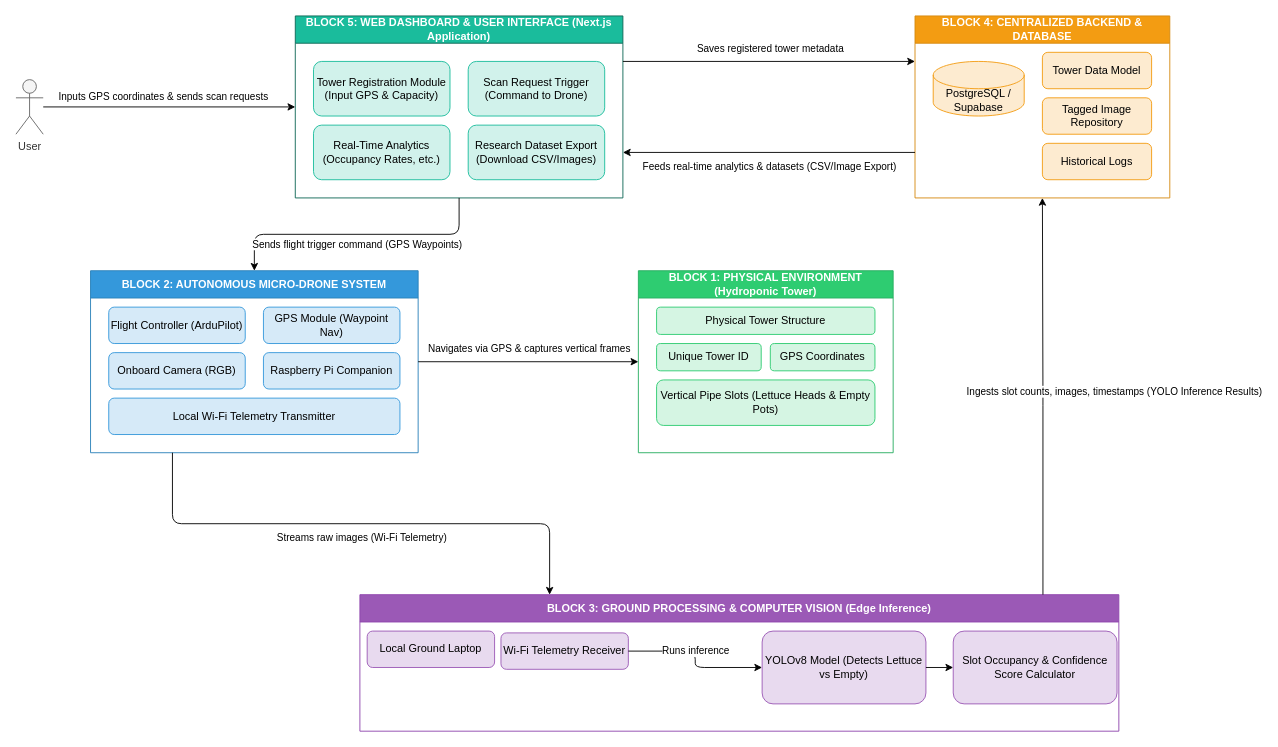
Before: page "Conceptual Framework" (1 of 2) of diagram/conceptual_framework.drawio in Danncode10/autonomous-citrus-drone, a draw.io diagram. Source tidied: cells renumbered, new cells numbered last; positions are measured from the earlier drawing's top-left corner, leaving out a move shared by most shapes. Both pictures are drawn from the tidied source at 91%, with x=0, y=0 at pixel (15, 15).
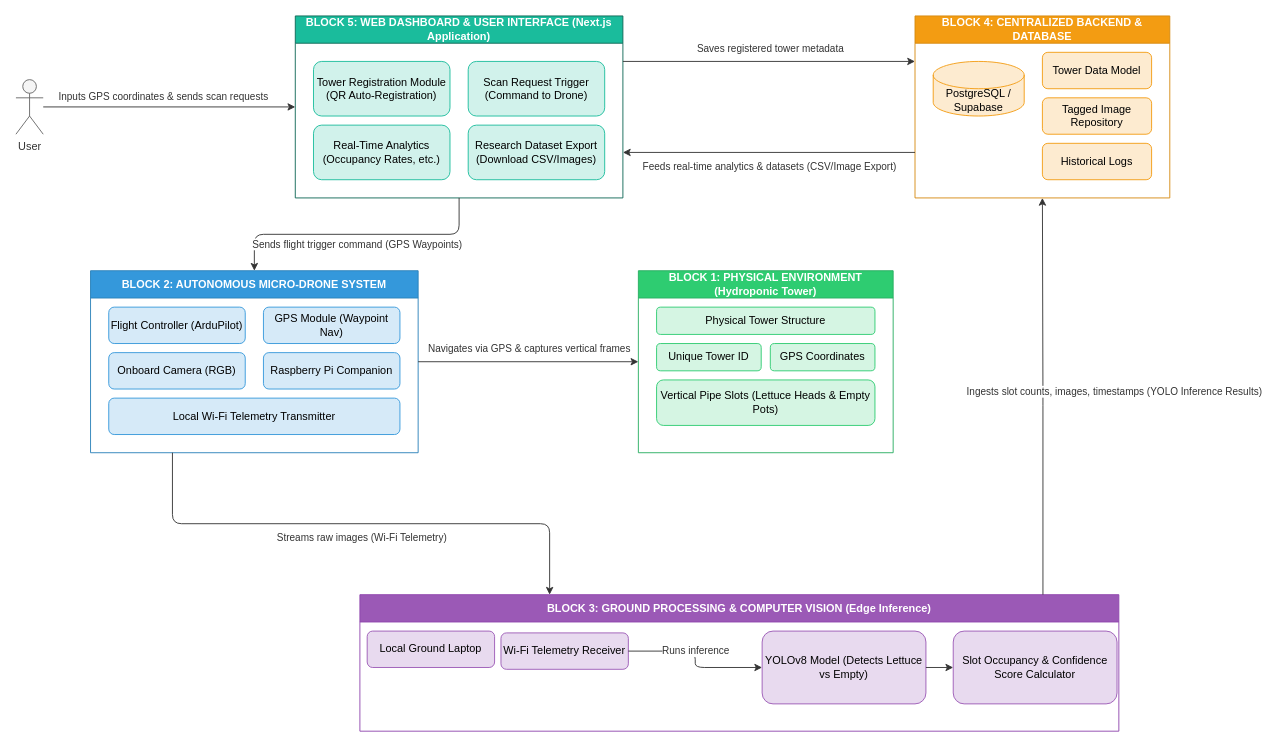
The same diagram, later.

Commit message (it also covers changes not shown here):
feat: update project overview and conceptual framework to support QR code-based tower registration

The change refers to these unchanged cells:
```xml
<mxCell id="2" value="User" style="shape=umlActor;verticalLabelPosition=bottom;verticalAlign=top;html=1;outlineConnect=0;fillColor=#f5f5f5;fontColor=#333333;strokeColor=#666666;" parent="1" vertex="1">
  <mxGeometry y="70" width="30" height="60" as="geometry" />
</mxCell>
<mxCell id="3" value="BLOCK 5: WEB DASHBOARD &amp;amp; USER INTERFACE (Next.js Application)" style="swimlane;whiteSpace=wrap;html=1;fillColor=#1abc9c;fontColor=#ffffff;strokeColor=#0e6655;startSize=30;" parent="1" vertex="1">
  <mxGeometry x="307" width="360" height="200" as="geometry" />
</mxCell>
<mxCell id="8" value="BLOCK 4: CENTRALIZED BACKEND &amp;amp; DATABASE" style="swimlane;whiteSpace=wrap;html=1;fillColor=#f39c12;fontColor=#ffffff;strokeColor=#d68910;startSize=30;" parent="1" vertex="1">
  <mxGeometry x="988" width="280" height="200" as="geometry" />
</mxCell>
<mxCell id="13" value="BLOCK 2: AUTONOMOUS MICRO-DRONE SYSTEM" style="swimlane;whiteSpace=wrap;html=1;fillColor=#3498db;fontColor=#ffffff;strokeColor=#2980b9;startSize=30;" parent="1" vertex="1">
  <mxGeometry x="82" y="280" width="360" height="200" as="geometry" />
</mxCell>
<mxCell id="19" value="BLOCK 1: PHYSICAL ENVIRONMENT (Hydroponic Tower)" style="swimlane;whiteSpace=wrap;html=1;fillColor=#2ecc71;fontColor=#ffffff;strokeColor=#27ae60;startSize=30;" parent="1" vertex="1">
  <mxGeometry x="684" y="280" width="280" height="200" as="geometry" />
</mxCell>
<mxCell id="24" value="BLOCK 3: GROUND PROCESSING &amp;amp; COMPUTER VISION (Edge Inference)" style="swimlane;whiteSpace=wrap;html=1;fillColor=#9b59b6;fontColor=#ffffff;strokeColor=#8e44ad;startSize=30;" parent="1" vertex="1">
  <mxGeometry x="378" y="636" width="834" height="150" as="geometry" />
</mxCell>
<mxCell id="26" value="Wi-Fi Telemetry Receiver" style="rounded=1;whiteSpace=wrap;html=1;fillColor=#e8daef;strokeColor=#9b59b6;fontColor=#000000;" parent="24" vertex="1">
  <mxGeometry x="155" y="42" width="140" height="40" as="geometry" />
</mxCell>
<mxCell id="27" value="YOLOv8 Model&amp;#10;(Detects Lettuce vs Empty)" style="rounded=1;whiteSpace=wrap;html=1;fillColor=#e8daef;strokeColor=#9b59b6;fontColor=#000000;" parent="24" vertex="1">
  <mxGeometry x="442" y="40" width="180" height="80" as="geometry" />
</mxCell>
<mxCell id="28" value="Slot Occupancy &amp;amp; Confidence&amp;#10;Score Calculator" style="rounded=1;whiteSpace=wrap;html=1;fillColor=#e8daef;strokeColor=#9b59b6;fontColor=#000000;" parent="24" vertex="1">
  <mxGeometry x="652" y="40" width="180" height="80" as="geometry" />
</mxCell>
```

The edit, as a diff of the source:
```diff
@@
-    <mxCell id="4" value="Tower Registration Module&amp;#10;(Input GPS &amp;amp; Capacity)" style="rounded=1;whiteSpace=wrap;html=1;fillColor=#d1f2eb;strokeColor=#1abc9c;fontColor=#000000;" parent="3" vertex="1">
+    <mxCell id="4" value="Tower Registration Module&amp;#10;(QR Auto-Registration)" style="rounded=1;whiteSpace=wrap;html=1;fillColor=#d1f2eb;strokeColor=#1abc9c;fontColor=#000000;" parent="3" vertex="1">
       <mxGeometry x="20" y="50" width="150" height="60" as="geometry" />
     </mxCell>
@@
-    <mxCell id="29" style="edgeStyle=orthogonalEdgeStyle;rounded=1;jettySize=auto;html=1;exitX=1;exitY=0.5;exitDx=0;exitDy=0;entryX=0;entryY=0.5;entryDx=0;entryDy=0;" parent="24" edge="1" source="26" target="27">
+    <mxCell id="29" style="edgeStyle=orthogonalEdgeStyle;strokeColor=#333333;rounded=1;jettySize=auto;html=1;exitX=1;exitY=0.5;exitDx=0;exitDy=0;entryX=0;entryY=0.5;entryDx=0;entryDy=0;" parent="24" edge="1" source="26" target="27">
       <mxGeometry relative="1" as="geometry" />
     </mxCell>
-    <mxCell id="30" value="Runs inference" style="edgeLabel;html=1;align=center;verticalAlign=middle;" parent="29" vertex="1">
+    <mxCell id="30" value="Runs inference" style="edgeLabel;html=1;labelBackgroundColor=#ffffff;fontColor=#333333;align=center;verticalAlign=middle;" parent="29" vertex="1">
       <mxGeometry relative="1" as="geometry">
         <mxPoint y="-10" as="offset" />
       </mxGeometry>
     </mxCell>
-    <mxCell id="31" style="edgeStyle=orthogonalEdgeStyle;rounded=1;jettySize=auto;html=1;exitX=1;exitY=0.5;exitDx=0;exitDy=0;entryX=0;entryY=0.5;entryDx=0;entryDy=0;" parent="24" edge="1" source="27" target="28">
+    <mxCell id="31" style="edgeStyle=orthogonalEdgeStyle;strokeColor=#333333;rounded=1;jettySize=auto;html=1;exitX=1;exitY=0.5;exitDx=0;exitDy=0;entryX=0;entryY=0.5;entryDx=0;entryDy=0;" parent="24" edge="1" source="27" target="28">
       <mxGeometry relative="1" as="geometry" />
     </mxCell>
-    <mxCell id="32" style="edgeStyle=orthogonalEdgeStyle;rounded=1;jettySize=auto;html=1;entryX=0;entryY=0.5;entryDx=0;entryDy=0;" parent="1" edge="1" source="2" target="3">
+    <mxCell id="32" style="edgeStyle=orthogonalEdgeStyle;strokeColor=#333333;rounded=1;jettySize=auto;html=1;entryX=0;entryY=0.5;entryDx=0;entryDy=0;" parent="1" edge="1" source="2" target="3">
       <mxGeometry relative="1" as="geometry" />
     </mxCell>
-    <mxCell id="33" value="Inputs GPS coordinates &amp;amp;&amp;#10;sends scan requests" style="edgeLabel;html=1;align=center;verticalAlign=middle;" parent="32" vertex="1">
+    <mxCell id="33" value="Inputs GPS coordinates &amp;amp;&amp;#10;sends scan requests" style="edgeLabel;html=1;labelBackgroundColor=#ffffff;fontColor=#333333;align=center;verticalAlign=middle;" parent="32" vertex="1">
       <mxGeometry x="-0.2" y="1" relative="1" as="geometry">
         <mxPoint x="20" y="-11" as="offset" />
       </mxGeometry>
     </mxCell>
-    <mxCell id="34" style="edgeStyle=orthogonalEdgeStyle;rounded=1;jettySize=auto;html=1;exitX=1;exitY=0.25;exitDx=0;exitDy=0;entryX=0;entryY=0.25;entryDx=0;entryDy=0;" parent="1" edge="1" source="3" target="8">
+    <mxCell id="34" style="edgeStyle=orthogonalEdgeStyle;strokeColor=#333333;rounded=1;jettySize=auto;html=1;exitX=1;exitY=0.25;exitDx=0;exitDy=0;entryX=0;entryY=0.25;entryDx=0;entryDy=0;" parent="1" edge="1" source="3" target="8">
       <mxGeometry relative="1" as="geometry" />
     </mxCell>
-    <mxCell id="35" value="Saves registered&amp;#10;tower metadata" style="edgeLabel;html=1;align=center;verticalAlign=middle;" parent="34" vertex="1">
+    <mxCell id="35" value="Saves registered&amp;#10;tower metadata" style="edgeLabel;html=1;labelBackgroundColor=#ffffff;fontColor=#333333;align=center;verticalAlign=middle;" parent="34" vertex="1">
       <mxGeometry relative="1" as="geometry">
         <mxPoint y="-15" as="offset" />
       </mxGeometry>
     </mxCell>
-    <mxCell id="36" style="edgeStyle=orthogonalEdgeStyle;rounded=1;jettySize=auto;html=1;exitX=0;exitY=0.75;exitDx=0;exitDy=0;entryX=1;entryY=0.75;entryDx=0;entryDy=0;" parent="1" edge="1" source="8" target="3">
+    <mxCell id="36" style="edgeStyle=orthogonalEdgeStyle;strokeColor=#333333;rounded=1;jettySize=auto;html=1;exitX=0;exitY=0.75;exitDx=0;exitDy=0;entryX=1;entryY=0.75;entryDx=0;entryDy=0;" parent="1" edge="1" source="8" target="3">
       <mxGeometry relative="1" as="geometry" />
     </mxCell>
-    <mxCell id="37" value="Feeds real-time analytics &amp;amp;&amp;#10;datasets (CSV/Image Export)" style="edgeLabel;html=1;align=center;verticalAlign=middle;" parent="36" vertex="1">
+    <mxCell id="37" value="Feeds real-time analytics &amp;amp;&amp;#10;datasets (CSV/Image Export)" style="edgeLabel;html=1;labelBackgroundColor=#ffffff;fontColor=#333333;align=center;verticalAlign=middle;" parent="36" vertex="1">
       <mxGeometry relative="1" as="geometry">
         <mxPoint y="15" as="offset" />
       </mxGeometry>
     </mxCell>
-    <mxCell id="38" style="edgeStyle=orthogonalEdgeStyle;rounded=1;jettySize=auto;html=1;exitX=0.5;exitY=1;exitDx=0;exitDy=0;entryX=0.5;entryY=0;entryDx=0;entryDy=0;" parent="1" edge="1" source="3" target="13">
+    <mxCell id="38" style="edgeStyle=orthogonalEdgeStyle;strokeColor=#333333;rounded=1;jettySize=auto;html=1;exitX=0.5;exitY=1;exitDx=0;exitDy=0;entryX=0.5;entryY=0;entryDx=0;entryDy=0;" parent="1" edge="1" source="3" target="13">
       <mxGeometry relative="1" as="geometry" />
     </mxCell>
-    <mxCell id="39" value="Sends flight trigger command&amp;#10;(GPS Waypoints)" style="edgeLabel;html=1;align=center;verticalAlign=middle;" parent="38" vertex="1">
+    <mxCell id="39" value="Sends flight trigger command&amp;#10;(GPS Waypoints)" style="edgeLabel;html=1;labelBackgroundColor=#ffffff;fontColor=#333333;align=center;verticalAlign=middle;" parent="38" vertex="1">
       <mxGeometry relative="1" as="geometry">
         <mxPoint y="10" as="offset" />
       </mxGeometry>
     </mxCell>
-    <mxCell id="40" style="edgeStyle=orthogonalEdgeStyle;rounded=1;jettySize=auto;html=1;exitX=1;exitY=0.5;exitDx=0;exitDy=0;entryX=0;entryY=0.5;entryDx=0;entryDy=0;" parent="1" edge="1" source="13" target="19">
+    <mxCell id="40" style="edgeStyle=orthogonalEdgeStyle;strokeColor=#333333;rounded=1;jettySize=auto;html=1;exitX=1;exitY=0.5;exitDx=0;exitDy=0;entryX=0;entryY=0.5;entryDx=0;entryDy=0;" parent="1" edge="1" source="13" target="19">
       <mxGeometry relative="1" as="geometry" />
     </mxCell>
-    <mxCell id="41" value="Navigates via GPS &amp;amp;&amp;#10;captures vertical frames" style="edgeLabel;html=1;align=center;verticalAlign=middle;" parent="40" vertex="1">
+    <mxCell id="41" value="Navigates via GPS &amp;amp;&amp;#10;captures vertical frames" style="edgeLabel;html=1;labelBackgroundColor=#ffffff;fontColor=#333333;align=center;verticalAlign=middle;" parent="40" vertex="1">
       <mxGeometry relative="1" as="geometry">
         <mxPoint y="-15" as="offset" />
       </mxGeometry>
     </mxCell>
-    <mxCell id="42" style="edgeStyle=orthogonalEdgeStyle;rounded=1;jettySize=auto;html=1;exitX=0.25;exitY=1;exitDx=0;exitDy=0;entryX=0.25;entryY=0;entryDx=0;entryDy=0;" parent="1" edge="1" source="13" target="24">
+    <mxCell id="42" style="edgeStyle=orthogonalEdgeStyle;strokeColor=#333333;rounded=1;jettySize=auto;html=1;exitX=0.25;exitY=1;exitDx=0;exitDy=0;entryX=0.25;entryY=0;entryDx=0;entryDy=0;" parent="1" edge="1" source="13" target="24">
       <mxGeometry relative="1" as="geometry" />
     </mxCell>
-    <mxCell id="43" value="Streams raw images&amp;#10;(Wi-Fi Telemetry)" style="edgeLabel;html=1;align=center;verticalAlign=middle;" parent="42" vertex="1">
+    <mxCell id="43" value="Streams raw images&amp;#10;(Wi-Fi Telemetry)" style="edgeLabel;html=1;labelBackgroundColor=#ffffff;fontColor=#333333;align=center;verticalAlign=middle;" parent="42" vertex="1">
       <mxGeometry relative="1" as="geometry">
         <mxPoint y="15" as="offset" />
       </mxGeometry>
     </mxCell>
-    <mxCell id="44" style="edgeStyle=orthogonalEdgeStyle;rounded=1;jettySize=auto;html=1;exitX=0.9;exitY=0;exitDx=0;exitDy=0;entryX=0.5;entryY=1;entryDx=0;entryDy=0;" parent="1" edge="1" source="24" target="8">
+    <mxCell id="44" style="edgeStyle=orthogonalEdgeStyle;strokeColor=#333333;rounded=1;jettySize=auto;html=1;exitX=0.9;exitY=0;exitDx=0;exitDy=0;entryX=0.5;entryY=1;entryDx=0;entryDy=0;" parent="1" edge="1" source="24" target="8">
       <mxGeometry relative="1" as="geometry" />
     </mxCell>
-    <mxCell id="45" value="Ingests slot counts, images,&amp;#10;timestamps (YOLO Inference Results)" style="edgeLabel;html=1;align=center;verticalAlign=middle;" parent="44" vertex="1">
+    <mxCell id="45" value="Ingests slot counts, images,&amp;#10;timestamps (YOLO Inference Results)" style="edgeLabel;html=1;labelBackgroundColor=#ffffff;fontColor=#333333;align=center;verticalAlign=middle;" parent="44" vertex="1">
       <mxGeometry x="0.1" y="-2" relative="1" as="geometry">
         <mxPoint x="76" y="16" as="offset" />
       </mxGeometry>
     </mxCell>
```
